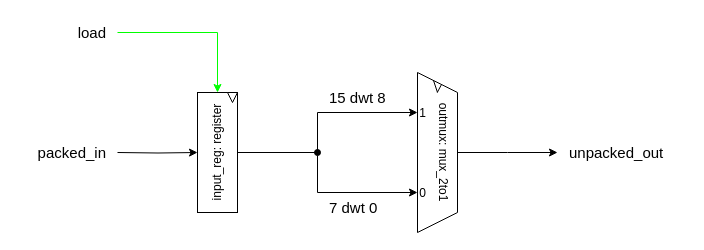
AndreaBononi/Intel_Cyclone10LP_systems keeps this draw.io diagram as page "unpacker_16" (7 of 12) of hyperram_system/ip/avs_to_hram_converter/schematics/avs_to_hram_converter.drawio. Above is the earlier version. Source tidied: cells renumbered, new cells numbered last; positions are measured from the earlier drawing's top-left corner, leaving out a move shared by most shapes. Both pictures are drawn from the tidied source at 100%, with x=0, y=0 at pixel (17, 17).
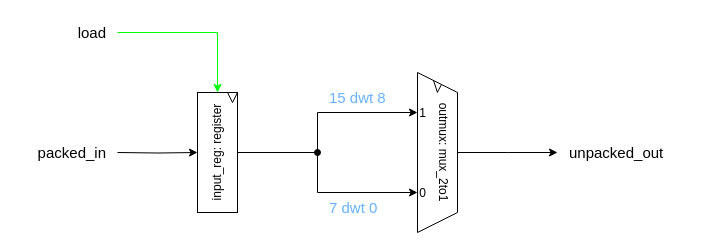
The same page after the edit.

Diff of the diagram source:
```diff
@@
-    <mxCell id="8" value="15 dwt 8" style="text;html=1;align=left;verticalAlign=middle;strokeColor=none;fillColor=none;fontSize=15;rotation=0;" parent="1" vertex="1">
+    <mxCell id="8" value="15 dwt 8" style="text;html=1;align=left;verticalAlign=middle;strokeColor=none;fillColor=none;fontSize=15;rotation=0;fontColor=#66B2FF;" parent="1" vertex="1">
       <mxGeometry x="310" y="65" width="80" height="30" as="geometry" />
     </mxCell>
-    <mxCell id="9" value="7 dwt 0" style="text;html=1;align=left;verticalAlign=middle;strokeColor=none;fillColor=none;fontSize=15;rotation=0;" parent="1" vertex="1">
+    <mxCell id="9" value="7 dwt 0" style="text;html=1;align=left;verticalAlign=middle;strokeColor=none;fillColor=none;fontSize=15;rotation=0;fontColor=#66B2FF;" parent="1" vertex="1">
       <mxGeometry x="310" y="175" width="70" height="30" as="geometry" />
     </mxCell>
```
